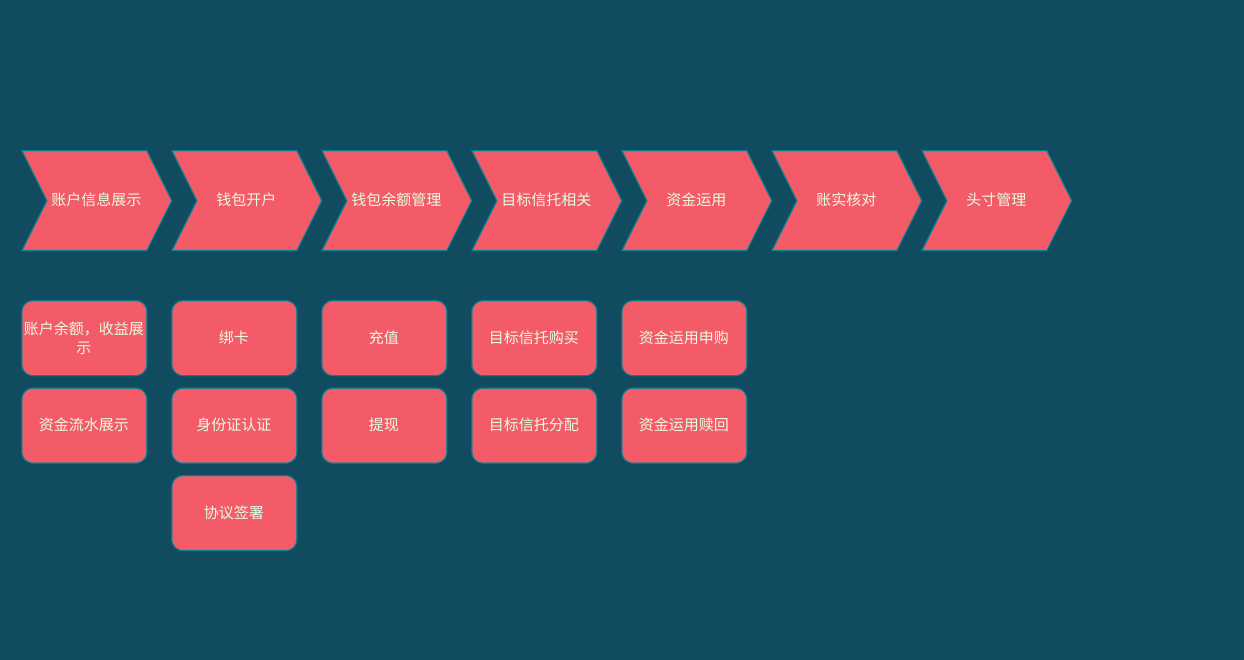
The draw.io diagram 业务架构.drawio in chaletan/disconf-demos-java, before the edit. Source tidied: cells renumbered, new cells numbered last; positions are measured from the earlier drawing's top-left corner, leaving out a move shared by most shapes. Both pictures are drawn from the tidied source at 125%, with x=0, y=0 at pixel (21, 150).
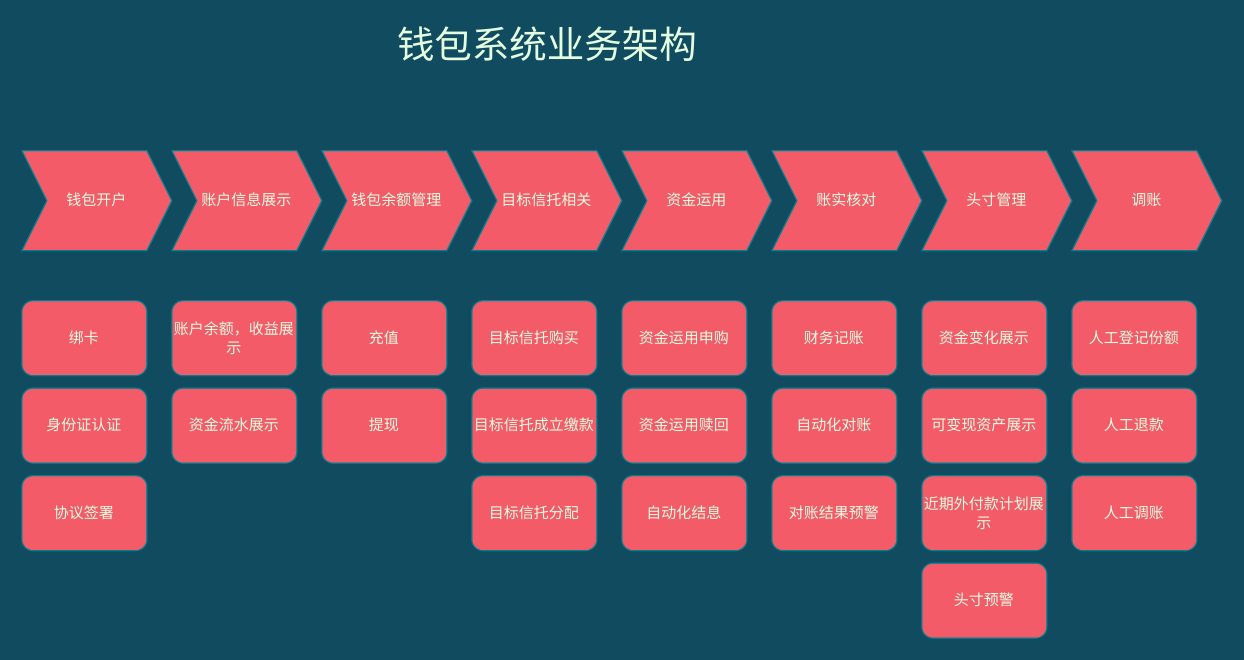
The same diagram, later.

Diff of the diagram source:
```diff
@@
-    <mxCell id="2" value="账户信息展示" style="shape=step;perimeter=stepPerimeter;whiteSpace=wrap;html=1;fixedSize=1;rounded=0;sketch=0;strokeColor=#028090;fillColor=#F45B69;fontColor=#E4FDE1;" parent="1" vertex="1">
+    <mxCell id="2" value="钱包开户" style="shape=step;perimeter=stepPerimeter;whiteSpace=wrap;html=1;fixedSize=1;rounded=0;sketch=0;strokeColor=#028090;fillColor=#F45B69;fontColor=#E4FDE1;" parent="1" vertex="1">
       <mxGeometry width="120" height="80" as="geometry" />
     </mxCell>
-    <mxCell id="3" value="钱包开户" style="shape=step;perimeter=stepPerimeter;whiteSpace=wrap;html=1;fixedSize=1;rounded=0;sketch=0;strokeColor=#028090;fillColor=#F45B69;fontColor=#E4FDE1;" parent="1" vertex="1">
+    <mxCell id="3" value="&lt;span&gt;账户信息展示&lt;/span&gt;" style="shape=step;perimeter=stepPerimeter;whiteSpace=wrap;html=1;fixedSize=1;rounded=0;sketch=0;strokeColor=#028090;fillColor=#F45B69;fontColor=#E4FDE1;" parent="1" vertex="1">
       <mxGeometry x="120" width="120" height="80" as="geometry" />
     </mxCell>
@@
     <mxCell id="9" value="资金流水展示" style="rounded=1;whiteSpace=wrap;html=1;fillColor=#F45B69;strokeColor=#028090;fontColor=#E4FDE1;" parent="1" vertex="1">
-      <mxGeometry y="190" width="100" height="60" as="geometry" />
+      <mxGeometry x="120" y="190" width="100" height="60" as="geometry" />
     </mxCell>
     <mxCell id="10" value="账户余额，收益展示" style="rounded=1;whiteSpace=wrap;html=1;fillColor=#F45B69;strokeColor=#028090;fontColor=#E4FDE1;" parent="1" vertex="1">
-      <mxGeometry y="120" width="100" height="60" as="geometry" />
+      <mxGeometry x="120" y="120" width="100" height="60" as="geometry" />
     </mxCell>
     <mxCell id="11" value="身份证认证" style="rounded=1;whiteSpace=wrap;html=1;fillColor=#F45B69;strokeColor=#028090;fontColor=#E4FDE1;" parent="1" vertex="1">
-      <mxGeometry x="120" y="190" width="100" height="60" as="geometry" />
+      <mxGeometry y="190" width="100" height="60" as="geometry" />
     </mxCell>
     <mxCell id="12" value="协议签署" style="rounded=1;whiteSpace=wrap;html=1;fillColor=#F45B69;strokeColor=#028090;fontColor=#E4FDE1;" parent="1" vertex="1">
-      <mxGeometry x="120" y="260" width="100" height="60" as="geometry" />
+      <mxGeometry y="260" width="100" height="60" as="geometry" />
     </mxCell>
     <mxCell id="13" value="绑卡" style="rounded=1;whiteSpace=wrap;html=1;fillColor=#F45B69;strokeColor=#028090;fontColor=#E4FDE1;" parent="1" vertex="1">
-      <mxGeometry x="120" y="120" width="100" height="60" as="geometry" />
+      <mxGeometry y="120" width="100" height="60" as="geometry" />
     </mxCell>
@@
-    <mxCell id="17" value="目标信托分配" style="rounded=1;whiteSpace=wrap;html=1;fillColor=#F45B69;strokeColor=#028090;fontColor=#E4FDE1;" parent="1" vertex="1">
+    <mxCell id="17" value="目标信托成立缴款" style="rounded=1;whiteSpace=wrap;html=1;fillColor=#F45B69;strokeColor=#028090;fontColor=#E4FDE1;" parent="1" vertex="1">
       <mxGeometry x="360" y="190" width="100" height="60" as="geometry" />
     </mxCell>
@@
+    <mxCell id="20" value="自动化结息" style="rounded=1;whiteSpace=wrap;html=1;fillColor=#F45B69;strokeColor=#028090;fontColor=#E4FDE1;" parent="1" vertex="1">
+      <mxGeometry x="480" y="260" width="100" height="60" as="geometry" />
+    </mxCell>
+    <mxCell id="21" value="资金变化展示" style="rounded=1;whiteSpace=wrap;html=1;fillColor=#F45B69;strokeColor=#028090;fontColor=#E4FDE1;" parent="1" vertex="1">
+      <mxGeometry x="720" y="120" width="100" height="60" as="geometry" />
+    </mxCell>
+    <mxCell id="22" value="可变现资产展示" style="rounded=1;whiteSpace=wrap;html=1;fillColor=#F45B69;strokeColor=#028090;fontColor=#E4FDE1;" parent="1" vertex="1">
+      <mxGeometry x="720" y="190" width="100" height="60" as="geometry" />
+    </mxCell>
+    <mxCell id="23" value="近期外付款计划展示" style="rounded=1;whiteSpace=wrap;html=1;fillColor=#F45B69;strokeColor=#028090;fontColor=#E4FDE1;" parent="1" vertex="1">
+      <mxGeometry x="720" y="260" width="100" height="60" as="geometry" />
+    </mxCell>
+    <mxCell id="24" value="头寸预警" style="rounded=1;whiteSpace=wrap;html=1;fillColor=#F45B69;strokeColor=#028090;fontColor=#E4FDE1;" parent="1" vertex="1">
+      <mxGeometry x="720" y="330" width="100" height="60" as="geometry" />
+    </mxCell>
+    <mxCell id="25" value="自动化对账" style="rounded=1;whiteSpace=wrap;html=1;fillColor=#F45B69;strokeColor=#028090;fontColor=#E4FDE1;" parent="1" vertex="1">
+      <mxGeometry x="600" y="190" width="100" height="60" as="geometry" />
+    </mxCell>
+    <mxCell id="26" value="对账结果预警" style="rounded=1;whiteSpace=wrap;html=1;fillColor=#F45B69;strokeColor=#028090;fontColor=#E4FDE1;" parent="1" vertex="1">
+      <mxGeometry x="600" y="260" width="100" height="60" as="geometry" />
+    </mxCell>
+    <mxCell id="27" value="财务记账" style="rounded=1;whiteSpace=wrap;html=1;fillColor=#F45B69;strokeColor=#028090;fontColor=#E4FDE1;" parent="1" vertex="1">
+      <mxGeometry x="600" y="120" width="100" height="60" as="geometry" />
+    </mxCell>
+    <mxCell id="28" value="调账" style="shape=step;perimeter=stepPerimeter;whiteSpace=wrap;html=1;fixedSize=1;rounded=0;sketch=0;strokeColor=#028090;fillColor=#F45B69;fontColor=#E4FDE1;" parent="1" vertex="1">
+      <mxGeometry x="840" width="120" height="80" as="geometry" />
+    </mxCell>
+    <mxCell id="29" value="人工登记份额" style="rounded=1;whiteSpace=wrap;html=1;fillColor=#F45B69;strokeColor=#028090;fontColor=#E4FDE1;" parent="1" vertex="1">
+      <mxGeometry x="840" y="120" width="100" height="60" as="geometry" />
+    </mxCell>
+    <mxCell id="30" value="人工退款" style="rounded=1;whiteSpace=wrap;html=1;fillColor=#F45B69;strokeColor=#028090;fontColor=#E4FDE1;" parent="1" vertex="1">
+      <mxGeometry x="840" y="190" width="100" height="60" as="geometry" />
+    </mxCell>
+    <mxCell id="31" value="人工调账" style="rounded=1;whiteSpace=wrap;html=1;fillColor=#F45B69;strokeColor=#028090;fontColor=#E4FDE1;" parent="1" vertex="1">
+      <mxGeometry x="840" y="260" width="100" height="60" as="geometry" />
+    </mxCell>
+    <mxCell id="32" value="目标信托分配" style="rounded=1;whiteSpace=wrap;html=1;fillColor=#F45B69;strokeColor=#028090;fontColor=#E4FDE1;" parent="1" vertex="1">
+      <mxGeometry x="360" y="260" width="100" height="60" as="geometry" />
+    </mxCell>
+    <mxCell id="33" value="&lt;font style=&quot;font-size: 30px&quot;&gt;钱包系统业务架构&lt;/font&gt;" style="text;html=1;align=center;verticalAlign=middle;strokeColor=none;fontColor=#E4FDE1;" parent="1" vertex="1">
+      <mxGeometry x="290" y="-100" width="260" height="30" as="geometry" />
+    </mxCell>
```
